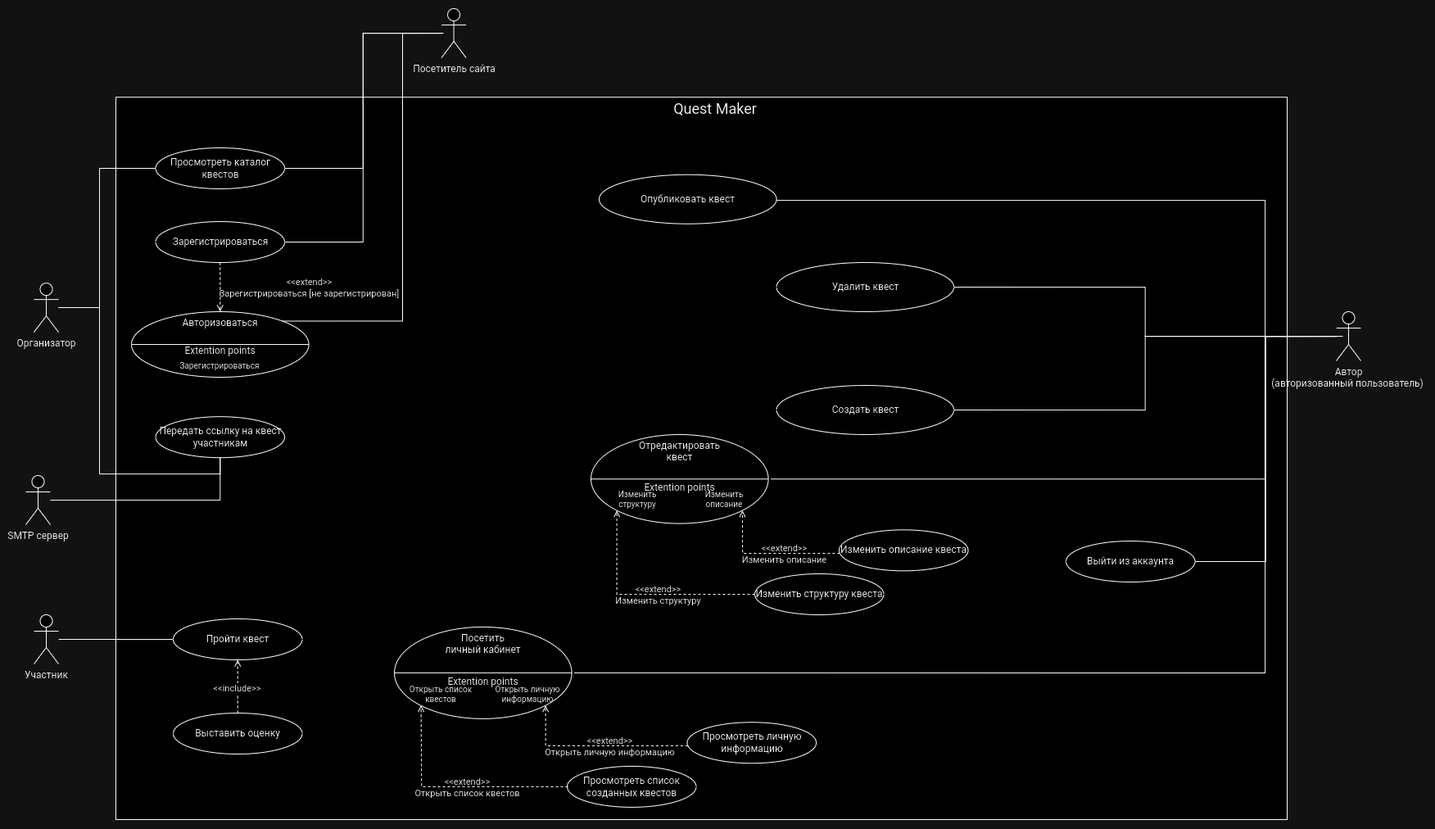
Quest-maker-team/Docs keeps this draw.io diagram as use-cases.png. Above is the earlier version. Source tidied: cells renumbered, new cells last; positions are measured from the earlier drawing's top-left corner, leaving out a move shared by most shapes.
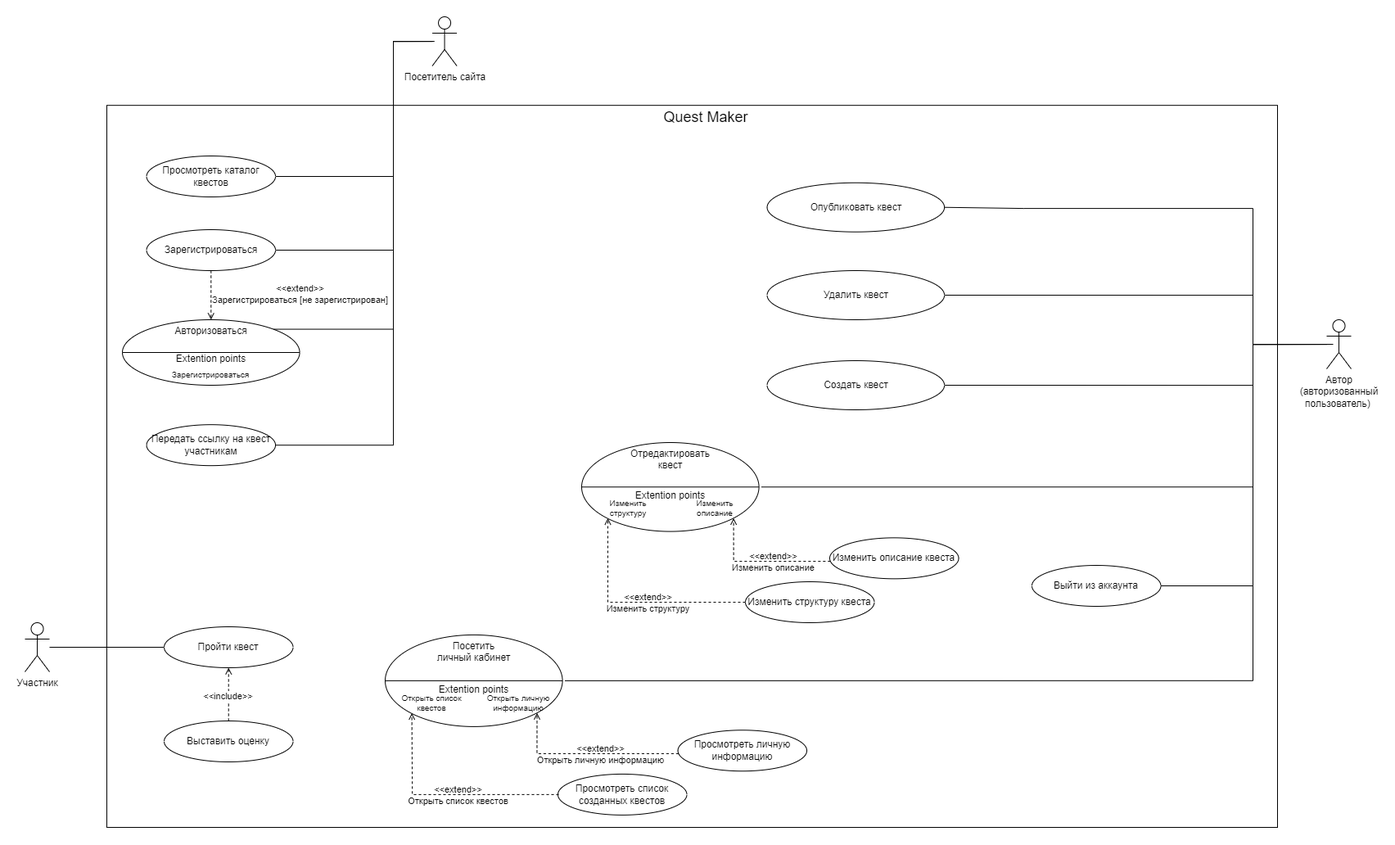
The same diagram one commit later.

Commit message:
Update business_requiremenets

What changed in the source:
```diff
@@ -12,18 +12,30 @@
       <mxGeometry x="10" y="740" width="30" height="60" as="geometry" />
     </mxCell>
     <mxCell id="5" style="edgeStyle=orthogonalEdgeStyle;shape=connector;rounded=0;jettySize=auto;html=1;labelBackgroundColor=default;strokeColor=default;align=center;verticalAlign=middle;fontFamily=Helvetica;fontSize=11;fontColor=default;endArrow=none;endFill=0;entryX=1;entryY=0.5;entryDx=0;entryDy=0;" parent="1" edge="1" source="10" target="66">
-      <mxGeometry relative="1" as="geometry" />
+      <mxGeometry relative="1" as="geometry">
+        <Array as="points">
+          <mxPoint x="1510" y="400" />
+          <mxPoint x="1510" y="450" />
+        </Array>
+      </mxGeometry>
     </mxCell>
-    <mxCell id="6" style="edgeStyle=orthogonalEdgeStyle;shape=connector;rounded=0;jettySize=auto;html=1;labelBackgroundColor=default;strokeColor=default;align=center;verticalAlign=middle;fontFamily=Helvetica;fontSize=11;fontColor=default;endArrow=none;endFill=0;entryX=1;entryY=0.5;entryDx=0;entryDy=0;" parent="1" edge="1" source="10" target="65">
-      <mxGeometry relative="1" as="geometry" />
+    <mxCell id="6" style="edgeStyle=orthogonalEdgeStyle;shape=connector;rounded=0;orthogonalLoop=1;jettySize=auto;html=1;labelBackgroundColor=default;strokeColor=default;align=center;verticalAlign=middle;fontFamily=Helvetica;fontSize=11;fontColor=default;endArrow=none;endFill=0;entryX=1;entryY=0.5;entryDx=0;entryDy=0;" parent="1" edge="1">
+      <mxGeometry relative="1" as="geometry">
+        <mxPoint x="1600" y="400" as="sourcePoint" />
+        <mxPoint x="1133.1" y="340" as="targetPoint" />
+        <Array as="points">
+          <mxPoint x="1510" y="400" />
+          <mxPoint x="1510" y="340" />
+        </Array>
+      </mxGeometry>
     </mxCell>
     <mxCell id="7" style="edgeStyle=orthogonalEdgeStyle;shape=connector;rounded=0;orthogonalLoop=1;jettySize=auto;html=1;entryX=1;entryY=0.5;entryDx=0;entryDy=0;labelBackgroundColor=default;strokeColor=default;align=center;verticalAlign=middle;fontFamily=Helvetica;fontSize=11;fontColor=default;endArrow=none;endFill=0;" parent="1" edge="1">
       <mxGeometry relative="1" as="geometry">
         <mxPoint x="1603" y="400" as="sourcePoint" />
         <mxPoint x="909.6" y="574.3" as="targetPoint" />
         <Array as="points">
-          <mxPoint x="1513" y="400" />
-          <mxPoint x="1513" y="574" />
+          <mxPoint x="1510" y="400" />
+          <mxPoint x="1510" y="574" />
         </Array>
       </mxGeometry>
     </mxCell>
@@ -31,43 +43,48 @@
       <mxGeometry relative="1" as="geometry">
         <mxPoint x="1608" y="400" as="sourcePoint" />
         <Array as="points">
-          <mxPoint x="1513" y="400" />
-          <mxPoint x="1513" y="234" />
-          <mxPoint x="916" y="234" />
+          <mxPoint x="1510" y="400" />
+          <mxPoint x="1510" y="234" />
+          <mxPoint x="1230" y="234" />
+          <mxPoint x="1133" y="233" />
         </Array>
       </mxGeometry>
     </mxCell>
     <mxCell id="9" style="edgeStyle=orthogonalEdgeStyle;rounded=0;jettySize=auto;html=1;entryX=1;entryY=0.5;entryDx=0;entryDy=0;fontSize=12;startSize=8;endSize=8;endArrow=none;endFill=0;" parent="1" edge="1" source="10" target="64">
-      <mxGeometry relative="1" as="geometry" />
+      <mxGeometry relative="1" as="geometry">
+        <Array as="points">
+          <mxPoint x="1510" y="400" />
+          <mxPoint x="1510" y="695" />
+        </Array>
+      </mxGeometry>
     </mxCell>
-    <mxCell id="10" value="Автор&lt;br&gt;(авторизованный пользователь)&amp;nbsp;" style="shape=umlActor;verticalLabelPosition=bottom;verticalAlign=top;html=1;outlineConnect=0;" parent="1" vertex="1">
+    <mxCell id="10" value="Автор&lt;br&gt;(авторизованный&lt;br&gt;пользователь)&amp;nbsp;" style="shape=umlActor;verticalLabelPosition=bottom;verticalAlign=top;html=1;outlineConnect=0;" parent="1" vertex="1">
       <mxGeometry x="1600" y="370" width="30" height="60" as="geometry" />
     </mxCell>
-    <mxCell id="11" style="edgeStyle=orthogonalEdgeStyle;rounded=0;jettySize=auto;html=1;entryX=0.5;entryY=1;entryDx=0;entryDy=0;endArrow=none;endFill=0;" parent="1" edge="1" source="13" target="56">
+    <mxCell id="11" style="edgeStyle=orthogonalEdgeStyle;rounded=0;jettySize=auto;html=1;endArrow=none;endFill=0;entryX=1;entryY=0.5;entryDx=0;entryDy=0;" parent="1" edge="1" target="56">
       <mxGeometry relative="1" as="geometry">
+        <mxPoint x="510" y="30" as="sourcePoint" />
         <Array as="points">
-          <mxPoint x="90" y="365" />
-          <mxPoint x="90" y="568" />
-          <mxPoint x="237" y="568" />
+          <mxPoint x="460" y="30" />
+          <mxPoint x="460" y="523" />
         </Array>
       </mxGeometry>
     </mxCell>
-    <mxCell id="12" style="edgeStyle=orthogonalEdgeStyle;rounded=0;jettySize=auto;html=1;entryX=0;entryY=0.5;entryDx=0;entryDy=0;fontSize=12;startSize=8;endSize=8;endArrow=none;endFill=0;" parent="1" edge="1" source="13" target="23">
-      <mxGeometry relative="1" as="geometry">
-        <Array as="points">
-          <mxPoint x="90" y="365" />
-          <mxPoint x="90" y="195" />
-        </Array>
-      </mxGeometry>
-    </mxCell>
-    <mxCell id="13" value="Организатор" style="shape=umlActor;verticalLabelPosition=bottom;verticalAlign=top;html=1;outlineConnect=0;" parent="1" vertex="1">
-      <mxGeometry x="10" y="335.1" width="30" height="60" as="geometry" />
-    </mxCell>
     <mxCell id="14" style="edgeStyle=orthogonalEdgeStyle;shape=connector;rounded=0;jettySize=auto;html=1;entryX=1;entryY=0.5;entryDx=0;entryDy=0;labelBackgroundColor=default;strokeColor=default;align=center;verticalAlign=middle;fontFamily=Helvetica;fontSize=11;fontColor=default;endArrow=none;endFill=0;" parent="1" edge="1" source="16" target="23">
-      <mxGeometry relative="1" as="geometry" />
+      <mxGeometry relative="1" as="geometry">
+        <Array as="points">
+          <mxPoint x="460" y="30" />
+          <mxPoint x="460" y="195" />
+        </Array>
+      </mxGeometry>
     </mxCell>
     <mxCell id="15" style="edgeStyle=orthogonalEdgeStyle;shape=connector;rounded=0;jettySize=auto;html=1;entryX=1;entryY=0.5;entryDx=0;entryDy=0;labelBackgroundColor=default;strokeColor=default;align=center;verticalAlign=middle;fontFamily=Helvetica;fontSize=11;fontColor=default;endArrow=none;endFill=0;" parent="1" edge="1" source="16" target="22">
-      <mxGeometry relative="1" as="geometry" />
+      <mxGeometry relative="1" as="geometry">
+        <Array as="points">
+          <mxPoint x="460" y="30" />
+          <mxPoint x="460" y="285" />
+        </Array>
+      </mxGeometry>
     </mxCell>
     <mxCell id="16" value="Посетитель сайта" style="shape=umlActor;verticalLabelPosition=bottom;verticalAlign=top;html=1;outlineConnect=0;" parent="1" vertex="1">
       <mxGeometry x="507.6" width="30" height="60" as="geometry" />
@@ -211,15 +228,15 @@
       <mxGeometry relative="1" as="geometry" />
     </mxCell>
     <mxCell id="53" value="Опубликовать квест" style="ellipse;whiteSpace=wrap;html=1;labelPosition=center;verticalLabelPosition=middle;align=center;verticalAlign=middle;" parent="1" vertex="1">
-      <mxGeometry x="700" y="202.7" width="216.6" height="60" as="geometry" />
+      <mxGeometry x="916.6" y="202.7" width="216.6" height="60" as="geometry" />
     </mxCell>
     <mxCell id="54" style="edgeStyle=orthogonalEdgeStyle;shape=connector;rounded=0;orthogonalLoop=1;jettySize=auto;html=1;entryX=1;entryY=0.5;entryDx=0;entryDy=0;labelBackgroundColor=default;strokeColor=default;align=center;verticalAlign=middle;fontFamily=Helvetica;fontSize=11;fontColor=default;endArrow=none;endFill=0;" parent="1" edge="1">
       <mxGeometry relative="1" as="geometry">
         <mxPoint x="1603" y="400" as="sourcePoint" />
         <mxPoint x="669.6" y="810.9" as="targetPoint" />
         <Array as="points">
-          <mxPoint x="1513" y="400" />
-          <mxPoint x="1513" y="811" />
+          <mxPoint x="1510" y="400" />
+          <mxPoint x="1510" y="811" />
         </Array>
       </mxGeometry>
     </mxCell>
@@ -250,20 +267,14 @@
     <mxCell id="61" value="Quest Maker" style="text;html=1;strokeColor=none;fillColor=none;align=center;verticalAlign=middle;whiteSpace=wrap;rounded=0;fontSize=18;" parent="1" vertex="1">
       <mxGeometry x="776.6" y="108.2" width="130" height="30" as="geometry" />
     </mxCell>
-    <mxCell id="62" style="edgeStyle=orthogonalEdgeStyle;rounded=0;jettySize=auto;html=1;fontSize=12;startSize=8;endSize=8;entryX=0.5;entryY=1;entryDx=0;entryDy=0;endArrow=none;endFill=0;" parent="1" edge="1" source="63" target="56">
-      <mxGeometry relative="1" as="geometry" />
-    </mxCell>
-    <mxCell id="63" value="SMTP сервер" style="shape=umlActor;verticalLabelPosition=bottom;verticalAlign=top;html=1;outlineConnect=0;" parent="1" vertex="1">
-      <mxGeometry y="570" width="30" height="60" as="geometry" />
-    </mxCell>
     <mxCell id="64" value="Выйти из аккаунта" style="ellipse;whiteSpace=wrap;html=1;" parent="1" vertex="1">
-      <mxGeometry x="1270" y="650" width="157.5" height="50" as="geometry" />
+      <mxGeometry x="1240" y="670" width="157.5" height="50" as="geometry" />
     </mxCell>
     <mxCell id="65" value="Удалить квест" style="ellipse;whiteSpace=wrap;html=1;labelPosition=center;verticalLabelPosition=middle;align=center;verticalAlign=middle;" parent="1" vertex="1">
       <mxGeometry x="916.6" y="310" width="216.6" height="60" as="geometry" />
     </mxCell>
     <mxCell id="66" value="Создать квест" style="ellipse;whiteSpace=wrap;html=1;labelPosition=center;verticalLabelPosition=middle;align=center;verticalAlign=middle;" parent="1" vertex="1">
-      <mxGeometry x="916.6" y="460" width="216.6" height="60" as="geometry" />
+      <mxGeometry x="916.6" y="420" width="216.6" height="60" as="geometry" />
     </mxCell>
   </root>
 </mxGraphModel>
```
